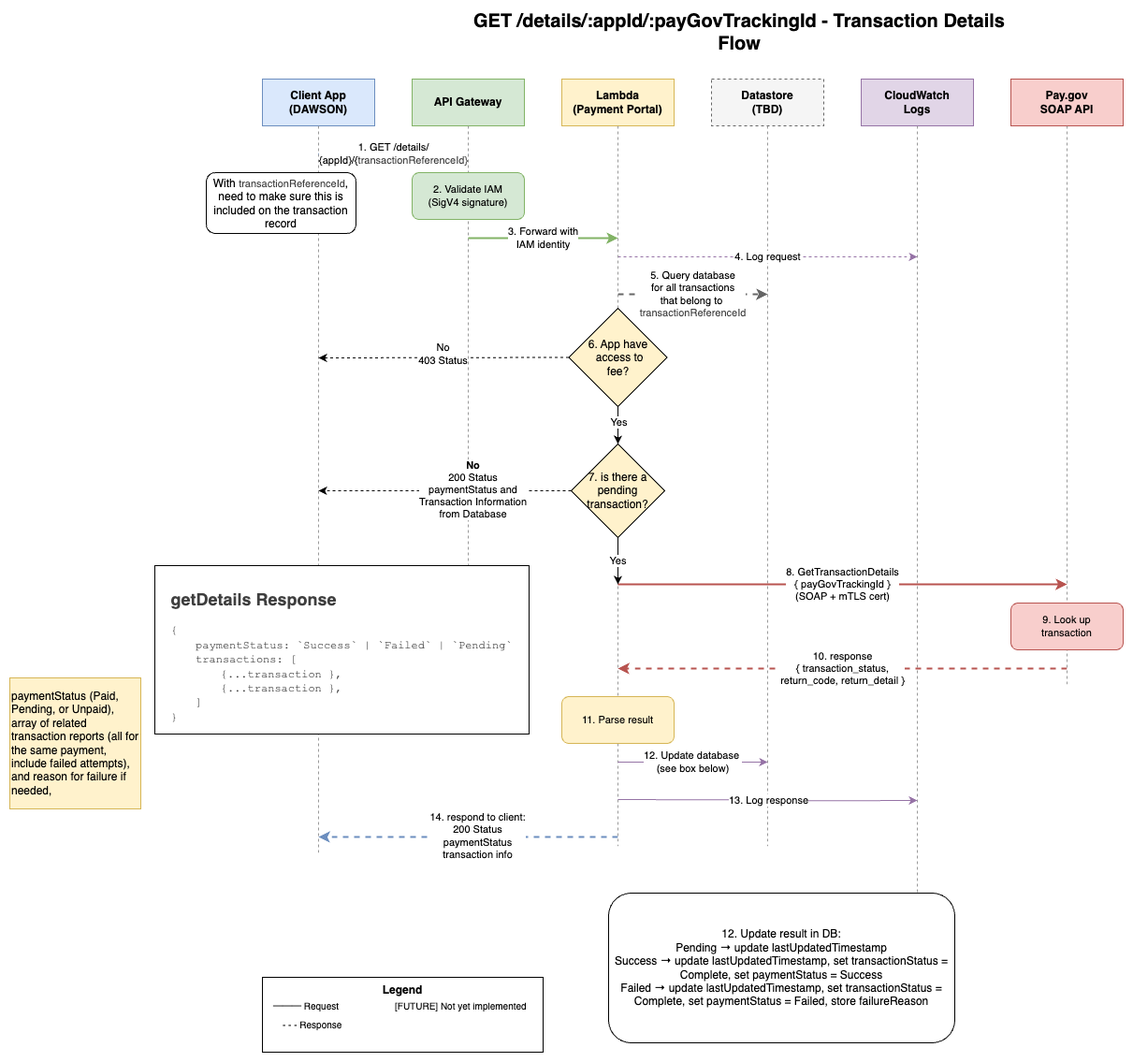
Above: docs/diagrams/get-details-flow.png in ustaxcourt/ustc-payment-portal (draw.io), before the change. Source tidied: cells renumbered, new cells last; positions are measured from the earlier drawing's top-left corner, leaving out a move shared by most shapes.
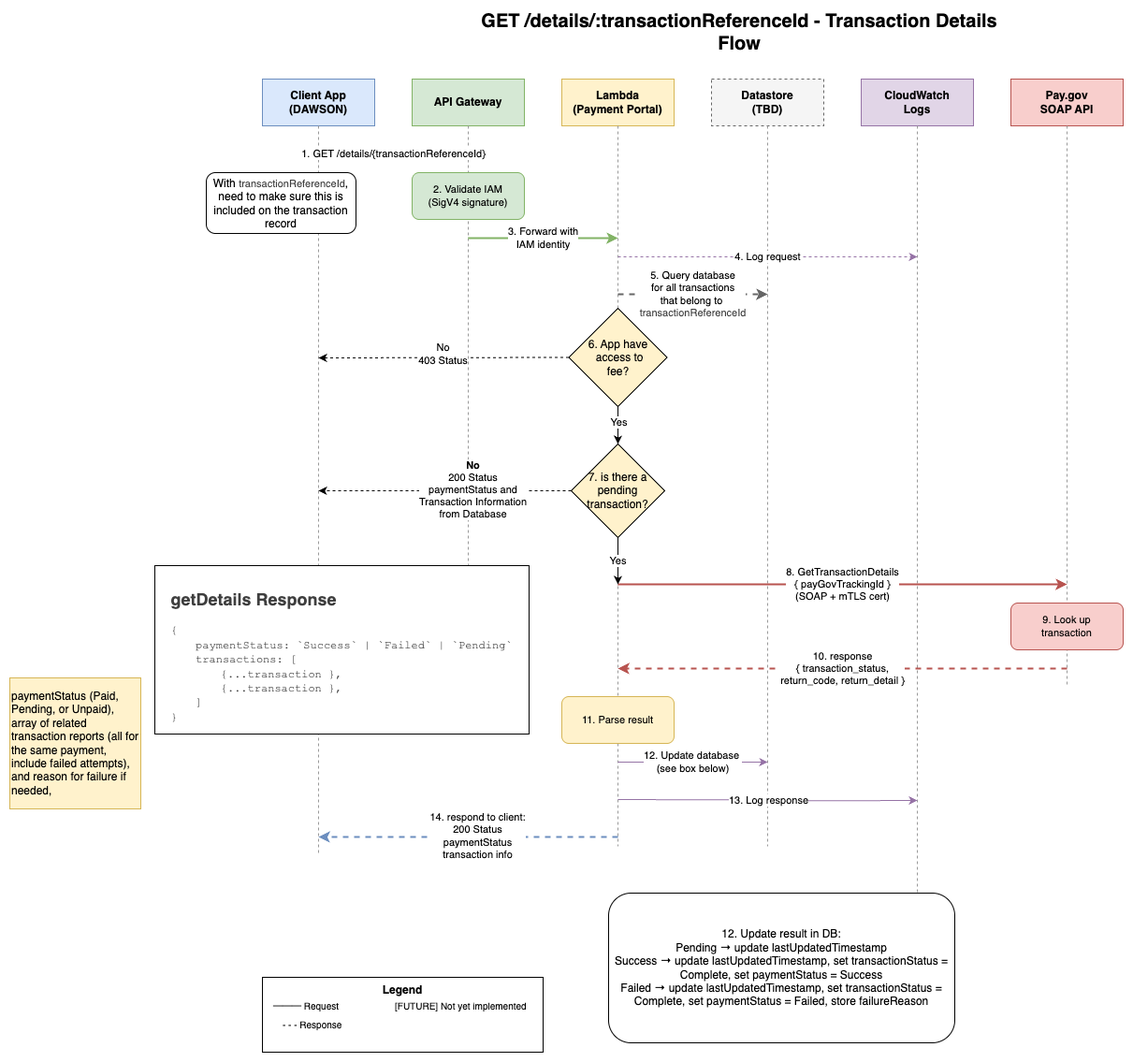
After the change.

What changed in the source:
```diff
@@ -2,7 +2,7 @@
   <root>
     <mxCell id="0" />
     <mxCell id="1" parent="0" />
-    <mxCell id="2" value="GET /details/:appId/:payGovTrackingId - Transaction Details Flow" style="text;html=1;strokeColor=none;fillColor=none;align=center;verticalAlign=middle;whiteSpace=wrap;rounded=0;fontSize=20;fontStyle=1;" parent="1" vertex="1">
+    <mxCell id="2" value="GET /details/:transactionReferenceId - Transaction Details Flow" style="text;html=1;strokeColor=none;fillColor=none;align=center;verticalAlign=middle;whiteSpace=wrap;rounded=0;fontSize=20;fontStyle=1;" parent="1" vertex="1">
       <mxGeometry x="480" width="600" height="40" as="geometry" />
     </mxCell>
     <mxCell id="3" value="Client App&#10;(DAWSON)" style="rounded=0;whiteSpace=wrap;html=1;fillColor=#dae8fc;strokeColor=#6c8ebf;fontSize=12;fontStyle=1;" parent="1" vertex="1">
@@ -58,7 +58,7 @@
         <mxPoint x="1130" y="720" as="targetPoint" />
       </mxGeometry>
     </mxCell>
-    <mxCell id="15" value="1. GET /details/&lt;br&gt;{appId}/{&lt;span style=&quot;color: rgb(63, 63, 63); background-color: light-dark(#ffffff, var(--ge-dark-color, #121212));&quot;&gt;&lt;span style=&quot;color: rgb(63, 63, 63);&quot;&gt;transactionReferenceId&lt;/span&gt;}&lt;/span&gt;" style="edgeStyle=orthogonalEdgeStyle;rounded=0;orthogonalLoop=1;jettySize=auto;html=1;strokeWidth=2;fillColor=#dae8fc;strokeColor=#6c8ebf;" parent="1" edge="1">
+    <mxCell id="15" value="1. GET /details/{transactionReferenceId}" style="edgeStyle=orthogonalEdgeStyle;rounded=0;orthogonalLoop=1;jettySize=auto;html=1;strokeWidth=2;fillColor=#dae8fc;strokeColor=#6c8ebf;" parent="1" edge="1">
       <mxGeometry relative="1" as="geometry">
         <mxPoint x="330" y="150" as="sourcePoint" />
         <mxPoint x="490" y="150" as="targetPoint" />
```
